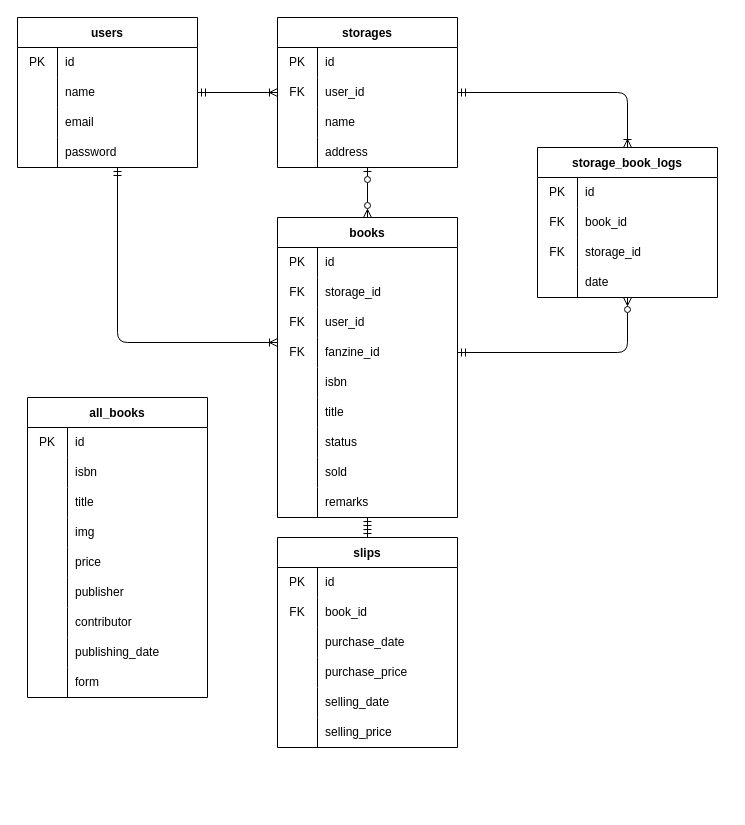
This is specs/ERdiagram.drawio from typ2-f/yuzora, a draw.io file, before an edit. Source tidied: cells renumbered, new cells numbered last; positions are measured from the earlier drawing's top-left corner, leaving out a move shared by most shapes. Both pictures are drawn from the tidied source at 100%, with x=0, y=0 at pixel (17, 17).
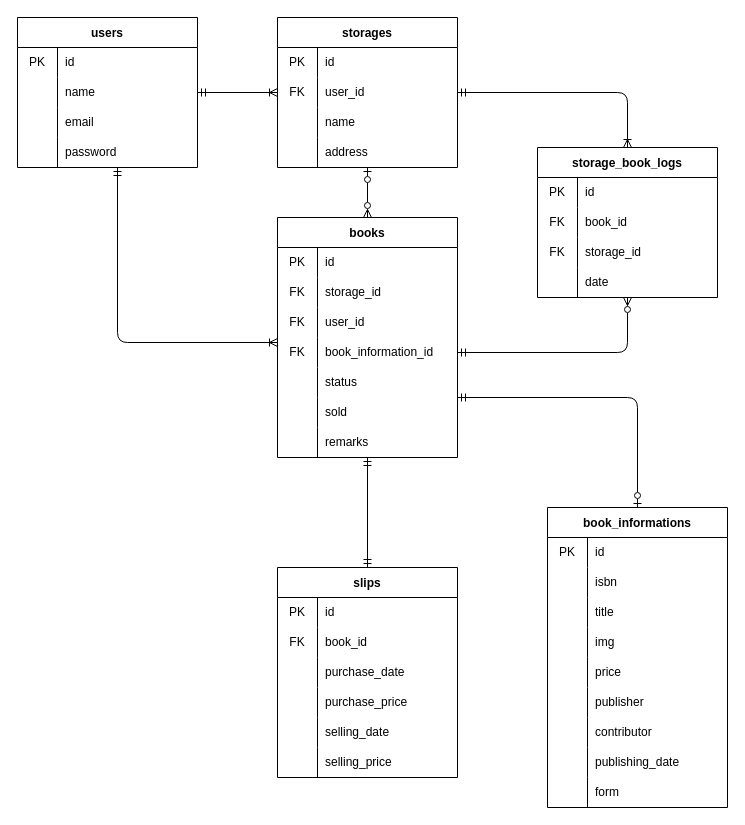
Above is the later version.

Change to the diagram source:
```diff
@@
+    <mxCell id="122" style="edgeStyle=orthogonalEdgeStyle;html=1;startArrow=ERmandOne;startFill=0;endArrow=ERzeroToOne;endFill=0;" parent="1" edge="1" source="18" target="94">
+      <mxGeometry relative="1" as="geometry">
+        <Array as="points">
+          <mxPoint x="620" y="380" />
+        </Array>
+      </mxGeometry>
+    </mxCell>
     <mxCell id="18" value="books" style="shape=table;startSize=30;childLayout=tableLayout;rowLines=0;fontStyle=1;" parent="1" vertex="1">
-      <mxGeometry x="260" y="200" width="180" height="300" as="geometry" />
+      <mxGeometry x="260" y="200" width="180" height="240" as="geometry" />
     </mxCell>
@@
-    <mxCell id="28" style="shape=tableRow;horizontal=0;startSize=0;swimlaneHead=0;swimlaneBody=0;top=0;left=0;bottom=0;right=0;fillColor=none;" parent="18" vertex="1">
-      <mxGeometry y="120" width="180" height="30" as="geometry" />
-    </mxCell>
-    <mxCell id="29" value="FK" style="shape=partialRectangle;html=1;whiteSpace=wrap;fillColor=none;top=0;left=0;bottom=0;right=0;overflow=hidden;" parent="28" vertex="1">
-      <mxGeometry width="40" height="30" as="geometry" />
-    </mxCell>
-    <mxCell id="30" value="fanzine_id" style="shape=partialRectangle;html=1;whiteSpace=wrap;fillColor=none;top=0;left=0;bottom=0;right=0;align=left;spacingLeft=6;overflow=hidden;" parent="28" vertex="1">
-      <mxGeometry x="40" width="140" height="30" as="geometry" />
-    </mxCell>
     <mxCell id="31" style="shape=tableRow;horizontal=0;startSize=0;swimlaneHead=0;swimlaneBody=0;top=0;left=0;bottom=0;right=0;fillColor=none;" parent="18" vertex="1">
-      <mxGeometry y="150" width="180" height="30" as="geometry" />
+      <mxGeometry y="120" width="180" height="30" as="geometry" />
     </mxCell>
-    <mxCell id="32" style="shape=partialRectangle;html=1;whiteSpace=wrap;fillColor=none;top=0;left=0;bottom=0;right=0;overflow=hidden;" parent="31" vertex="1">
+    <mxCell id="32" value="FK" style="shape=partialRectangle;html=1;whiteSpace=wrap;fillColor=none;top=0;left=0;bottom=0;right=0;overflow=hidden;" parent="31" vertex="1">
       <mxGeometry width="40" height="30" as="geometry" />
     </mxCell>
-    <mxCell id="33" value="isbn" style="shape=partialRectangle;html=1;whiteSpace=wrap;fillColor=none;top=0;left=0;bottom=0;right=0;align=left;spacingLeft=6;overflow=hidden;" parent="31" vertex="1">
+    <mxCell id="33" value="book_information_id" style="shape=partialRectangle;html=1;whiteSpace=wrap;fillColor=none;top=0;left=0;bottom=0;right=0;align=left;spacingLeft=6;overflow=hidden;" parent="31" vertex="1">
       <mxGeometry x="40" width="140" height="30" as="geometry" />
     </mxCell>
-    <mxCell id="34" style="shape=tableRow;horizontal=0;startSize=0;swimlaneHead=0;swimlaneBody=0;top=0;left=0;bottom=0;right=0;fillColor=none;" parent="18" vertex="1">
-      <mxGeometry y="180" width="180" height="30" as="geometry" />
-    </mxCell>
-    <mxCell id="35" style="shape=partialRectangle;html=1;whiteSpace=wrap;fillColor=none;top=0;left=0;bottom=0;right=0;overflow=hidden;" parent="34" vertex="1">
-      <mxGeometry width="40" height="30" as="geometry" />
-    </mxCell>
-    <mxCell id="36" value="title" style="shape=partialRectangle;html=1;whiteSpace=wrap;fillColor=none;top=0;left=0;bottom=0;right=0;align=left;spacingLeft=6;overflow=hidden;" parent="34" vertex="1">
-      <mxGeometry x="40" width="140" height="30" as="geometry" />
-    </mxCell>
     <mxCell id="37" style="shape=tableRow;horizontal=0;startSize=0;swimlaneHead=0;swimlaneBody=0;top=0;left=0;bottom=0;right=0;fillColor=none;" parent="18" vertex="1">
-      <mxGeometry y="210" width="180" height="30" as="geometry" />
+      <mxGeometry y="150" width="180" height="30" as="geometry" />
     </mxCell>
@@
     <mxCell id="40" style="shape=tableRow;horizontal=0;startSize=0;swimlaneHead=0;swimlaneBody=0;top=0;left=0;bottom=0;right=0;fillColor=none;" parent="18" vertex="1">
-      <mxGeometry y="240" width="180" height="30" as="geometry" />
+      <mxGeometry y="180" width="180" height="30" as="geometry" />
     </mxCell>
@@
     <mxCell id="43" style="shape=tableRow;horizontal=0;startSize=0;swimlaneHead=0;swimlaneBody=0;top=0;left=0;bottom=0;right=0;fillColor=none;" parent="18" vertex="1">
-      <mxGeometry y="270" width="180" height="30" as="geometry" />
+      <mxGeometry y="210" width="180" height="30" as="geometry" />
     </mxCell>
@@
     <mxCell id="46" value="slips" style="shape=table;startSize=30;childLayout=tableLayout;rowLines=0;fontStyle=1;" parent="1" vertex="1">
-      <mxGeometry x="260" y="520" width="180" height="210" as="geometry" />
+      <mxGeometry x="260" y="550" width="180" height="210" as="geometry" />
     </mxCell>
@@
-    <mxCell id="94" value="all_books" style="shape=table;startSize=30;childLayout=tableLayout;rowLines=0;fontStyle=1;" parent="1" vertex="1">
-      <mxGeometry x="10" y="380" width="180" height="300" as="geometry" />
+    <mxCell id="94" value="book_informations" style="shape=table;startSize=30;childLayout=tableLayout;rowLines=0;fontStyle=1;" parent="1" vertex="1">
+      <mxGeometry x="530" y="490" width="180" height="300" as="geometry" />
     </mxCell>
```
